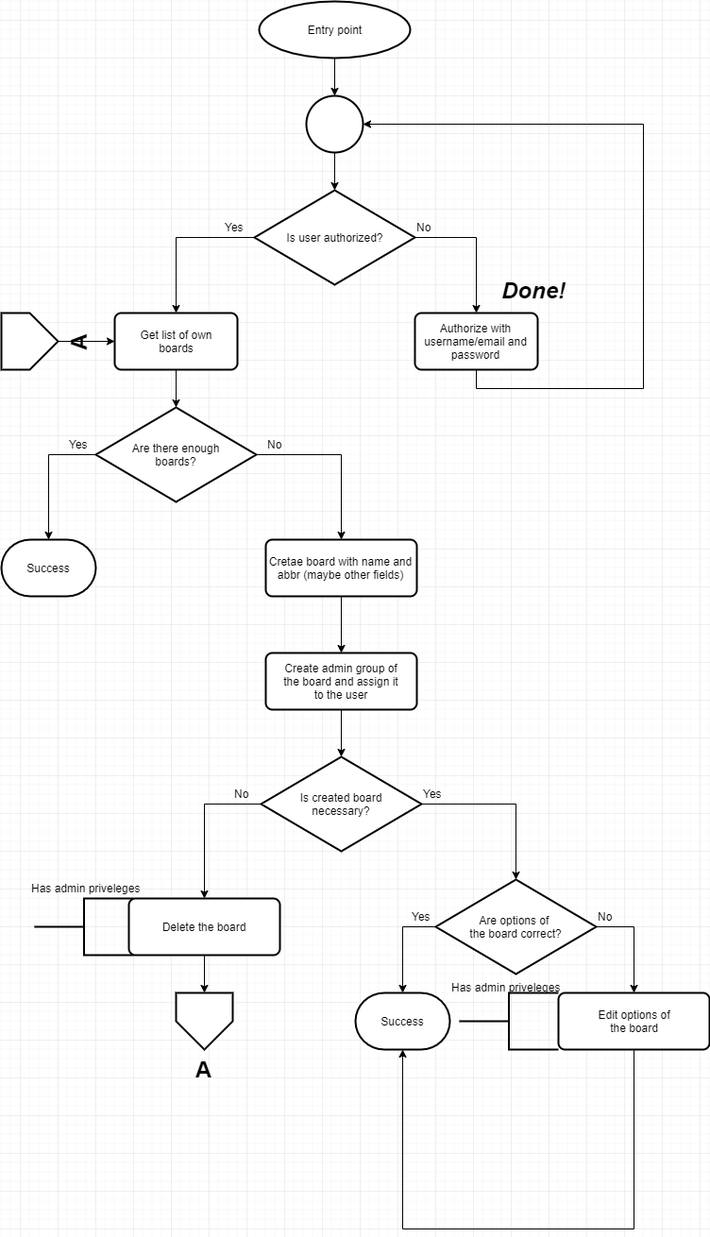
This is Imageboard-user-board-diagram.png from Lebed-kun/imageboard, a draw.io export, as it was before one commit. Source tidied: cells renumbered, new cells last; positions are measured from the earlier drawing's top-left corner, leaving out a move shared by most shapes.
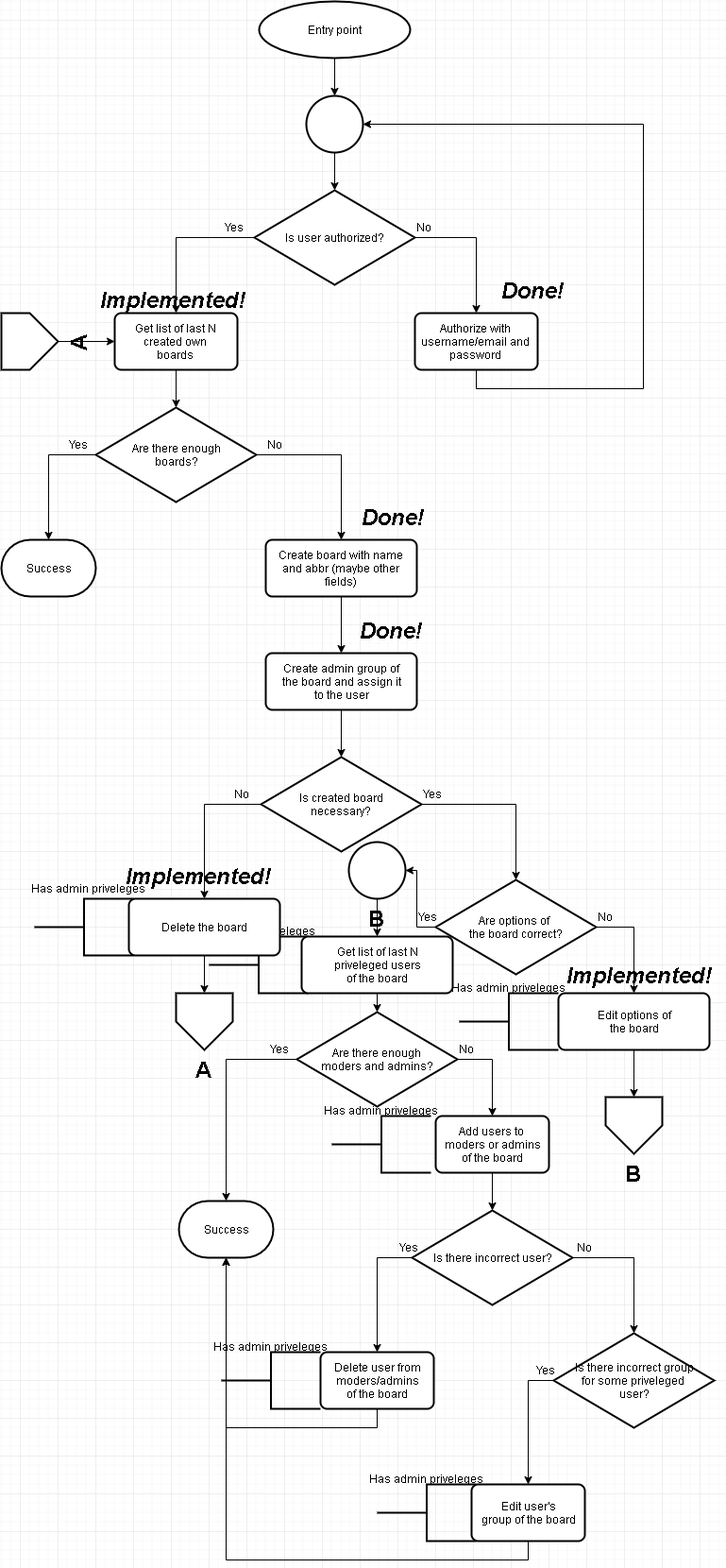
After the commit.

Commit message:
Change admin diagram

What changed in the source:
```diff
@@ -2,6 +2,12 @@
   <root>
     <mxCell id="0" />
     <mxCell id="1" parent="0" />
+    <mxCell id="48" style="strokeWidth=2;html=1;shape=mxgraph.flowchart.annotation_2;align=left;labelPosition=right;" parent="1" vertex="1">
+      <mxGeometry x="220" y="990" width="105" height="60" as="geometry" />
+    </mxCell>
+    <mxCell id="49" value="Has admin priveleges" style="text;html=1;align=left;verticalAlign=top;spacingTop=-4;" parent="1" vertex="1">
+      <mxGeometry x="210" y="975" width="130" height="10" as="geometry" />
+    </mxCell>
     <mxCell id="2" style="edgeStyle=orthogonalEdgeStyle;rounded=0;jettySize=auto;html=1;exitX=0.5;exitY=1;exitDx=0;exitDy=0;exitPerimeter=0;entryX=0.5;entryY=0;entryDx=0;entryDy=0;entryPerimeter=0;" parent="1" edge="1" source="3" target="10">
       <mxGeometry relative="1" as="geometry" />
     </mxCell>
@@ -44,7 +50,7 @@
     <mxCell id="13" style="edgeStyle=orthogonalEdgeStyle;rounded=0;jettySize=auto;html=1;exitX=0.5;exitY=1;exitDx=0;exitDy=0;entryX=0.5;entryY=0;entryDx=0;entryDy=0;entryPerimeter=0;" parent="1" edge="1" source="14" target="18">
       <mxGeometry relative="1" as="geometry" />
     </mxCell>
-    <mxCell id="14" value="Get list of own&lt;br&gt;boards" style="rounded=1;whiteSpace=wrap;html=1;absoluteArcSize=1;arcSize=14;strokeWidth=2;" parent="1" vertex="1">
+    <mxCell id="14" value="Get list of last N created own&lt;br&gt;boards" style="rounded=1;whiteSpace=wrap;html=1;absoluteArcSize=1;arcSize=14;strokeWidth=2;" parent="1" vertex="1">
       <mxGeometry x="120" y="330" width="130" height="60" as="geometry" />
     </mxCell>
     <mxCell id="15" value="Yes" style="text;html=1;align=left;verticalAlign=top;spacingTop=-4;" parent="1" vertex="1">
@@ -68,7 +74,7 @@
     <mxCell id="21" style="edgeStyle=orthogonalEdgeStyle;rounded=0;jettySize=auto;html=1;exitX=0.5;exitY=1;exitDx=0;exitDy=0;entryX=0.5;entryY=0;entryDx=0;entryDy=0;" parent="1" edge="1" source="22" target="25">
       <mxGeometry relative="1" as="geometry" />
     </mxCell>
-    <mxCell id="22" value="Cretae board with name and abbr (maybe other fields)" style="rounded=1;whiteSpace=wrap;html=1;absoluteArcSize=1;arcSize=14;strokeWidth=2;" parent="1" vertex="1">
+    <mxCell id="22" value="Create board with name and abbr (maybe other fields)" style="rounded=1;whiteSpace=wrap;html=1;absoluteArcSize=1;arcSize=14;strokeWidth=2;" parent="1" vertex="1">
       <mxGeometry x="280" y="570" width="160" height="60" as="geometry" />
     </mxCell>
     <mxCell id="23" value="No" style="text;html=1;align=left;verticalAlign=top;spacingTop=-4;" parent="1" vertex="1">
@@ -109,12 +115,12 @@
     <mxCell id="34" value="&lt;font style=&quot;font-size: 24px&quot;&gt;&lt;b&gt;A&lt;/b&gt;&lt;/font&gt;" style="verticalLabelPosition=bottom;verticalAlign=top;html=1;strokeWidth=2;shape=offPageConnector;rounded=0;size=0.5;rotation=-90;" parent="1" vertex="1">
       <mxGeometry y="330" width="60" height="60" as="geometry" />
     </mxCell>
-    <mxCell id="35" style="edgeStyle=orthogonalEdgeStyle;rounded=0;jettySize=auto;html=1;exitX=0;exitY=0.5;exitDx=0;exitDy=0;exitPerimeter=0;entryX=0.5;entryY=0;entryDx=0;entryDy=0;entryPerimeter=0;" parent="1" edge="1" source="37" target="39">
-      <mxGeometry relative="1" as="geometry" />
-    </mxCell>
     <mxCell id="36" style="edgeStyle=orthogonalEdgeStyle;rounded=0;jettySize=auto;html=1;exitX=1;exitY=0.5;exitDx=0;exitDy=0;exitPerimeter=0;entryX=0.5;entryY=0;entryDx=0;entryDy=0;" parent="1" edge="1" source="37" target="42">
       <mxGeometry relative="1" as="geometry" />
     </mxCell>
+    <mxCell id="50" style="edgeStyle=orthogonalEdgeStyle;rounded=0;jettySize=auto;html=1;exitX=0;exitY=0.5;exitDx=0;exitDy=0;exitPerimeter=0;entryX=1;entryY=0.5;entryDx=0;entryDy=0;entryPerimeter=0;" parent="1" edge="1" source="37" target="57">
+      <mxGeometry relative="1" as="geometry" />
+    </mxCell>
     <mxCell id="37" value="Are options of&amp;nbsp;&lt;br&gt;the board correct?" style="strokeWidth=2;html=1;shape=mxgraph.flowchart.decision;whiteSpace=wrap;" parent="1" vertex="1">
       <mxGeometry x="460" y="930" width="170" height="100" as="geometry" />
     </mxCell>
@@ -122,19 +128,14 @@
       <mxGeometry x="445" y="830" width="30" height="10" as="geometry" />
     </mxCell>
     <mxCell id="39" value="Success" style="strokeWidth=2;html=1;shape=mxgraph.flowchart.terminator;whiteSpace=wrap;" parent="1" vertex="1">
-      <mxGeometry x="375" y="1050" width="100" height="60" as="geometry" />
+      <mxGeometry x="188" y="1270" width="100" height="60" as="geometry" />
     </mxCell>
     <mxCell id="40" value="Yes" style="text;html=1;align=left;verticalAlign=top;spacingTop=-4;" parent="1" vertex="1">
-      <mxGeometry x="433" y="960" width="30" height="10" as="geometry" />
+      <mxGeometry x="440" y="960" width="30" height="10" as="geometry" />
     </mxCell>
-    <mxCell id="41" style="edgeStyle=orthogonalEdgeStyle;rounded=0;jettySize=auto;html=1;exitX=0.5;exitY=1;exitDx=0;exitDy=0;entryX=0.5;entryY=1;entryDx=0;entryDy=0;entryPerimeter=0;" parent="1" edge="1" source="42" target="39">
-      <mxGeometry relative="1" as="geometry">
-        <Array as="points">
-          <mxPoint x="670" y="1300" />
-          <mxPoint x="425" y="1300" />
-        </Array>
-      </mxGeometry>
-    </mxCell>
+    <mxCell id="51" style="edgeStyle=orthogonalEdgeStyle;rounded=0;jettySize=auto;html=1;exitX=0.5;exitY=1;exitDx=0;exitDy=0;entryX=0.5;entryY=0;entryDx=0;entryDy=0;" parent="1" edge="1" source="42" target="58">
+      <mxGeometry relative="1" as="geometry" />
+    </mxCell>
     <mxCell id="42" value="Edit options of&lt;br&gt;the board" style="rounded=1;whiteSpace=wrap;html=1;absoluteArcSize=1;arcSize=14;strokeWidth=2;" parent="1" vertex="1">
       <mxGeometry x="590" y="1050" width="160" height="60" as="geometry" />
     </mxCell>
@@ -153,5 +154,110 @@
     <mxCell id="47" value="Has admin priveleges" style="text;html=1;align=left;verticalAlign=top;spacingTop=-4;" parent="1" vertex="1">
       <mxGeometry x="475" y="1035" width="130" height="10" as="geometry" />
     </mxCell>
+    <mxCell id="52" value="&lt;span style=&quot;font-size: 24px&quot;&gt;&lt;b&gt;&lt;i&gt;Implemented!&lt;/i&gt;&lt;/b&gt;&lt;/span&gt;" style="text;html=1;align=left;verticalAlign=top;spacingTop=-4;" parent="1" vertex="1">
+      <mxGeometry x="103" y="300" width="170" height="20" as="geometry" />
+    </mxCell>
+    <mxCell id="53" style="edgeStyle=orthogonalEdgeStyle;rounded=0;jettySize=auto;html=1;exitX=0;exitY=0.5;exitDx=0;exitDy=0;exitPerimeter=0;entryX=0.5;entryY=0;entryDx=0;entryDy=0;entryPerimeter=0;" parent="1" edge="1" source="55" target="39">
+      <mxGeometry relative="1" as="geometry" />
+    </mxCell>
+    <mxCell id="54" style="edgeStyle=orthogonalEdgeStyle;rounded=0;jettySize=auto;html=1;exitX=1;exitY=0.5;exitDx=0;exitDy=0;exitPerimeter=0;entryX=0.5;entryY=0;entryDx=0;entryDy=0;" parent="1" edge="1" source="55" target="61">
+      <mxGeometry relative="1" as="geometry" />
+    </mxCell>
+    <mxCell id="55" value="Are there enough&lt;br&gt;moders and admins?" style="strokeWidth=2;html=1;shape=mxgraph.flowchart.decision;whiteSpace=wrap;" parent="1" vertex="1">
+      <mxGeometry x="313" y="1070" width="170" height="100" as="geometry" />
+    </mxCell>
+    <mxCell id="56" style="edgeStyle=orthogonalEdgeStyle;rounded=0;jettySize=auto;html=1;exitX=0.5;exitY=1;exitDx=0;exitDy=0;exitPerimeter=0;entryX=0.5;entryY=0;entryDx=0;entryDy=0;" parent="1" edge="1" source="57" target="76">
+      <mxGeometry relative="1" as="geometry" />
+    </mxCell>
+    <mxCell id="57" value="&lt;font style=&quot;font-size: 24px&quot;&gt;&lt;b&gt;B&lt;/b&gt;&lt;/font&gt;" style="verticalLabelPosition=bottom;verticalAlign=top;html=1;strokeWidth=2;shape=mxgraph.flowchart.on-page_reference;" parent="1" vertex="1">
+      <mxGeometry x="368" y="890" width="60" height="60" as="geometry" />
+    </mxCell>
+    <mxCell id="58" value="&lt;span style=&quot;font-size: 24px&quot;&gt;&lt;b&gt;B&lt;/b&gt;&lt;/span&gt;" style="verticalLabelPosition=bottom;verticalAlign=top;html=1;strokeWidth=2;shape=offPageConnector;rounded=0;size=0.5;" parent="1" vertex="1">
+      <mxGeometry x="640" y="1160" width="60" height="60" as="geometry" />
+    </mxCell>
+    <mxCell id="59" value="Yes" style="text;html=1;align=left;verticalAlign=top;spacingTop=-4;" parent="1" vertex="1">
+      <mxGeometry x="283" y="1100" width="40" height="20" as="geometry" />
+    </mxCell>
+    <mxCell id="60" style="edgeStyle=orthogonalEdgeStyle;rounded=0;jettySize=auto;html=1;exitX=0.5;exitY=1;exitDx=0;exitDy=0;entryX=0.5;entryY=0;entryDx=0;entryDy=0;entryPerimeter=0;" parent="1" edge="1" source="61" target="65">
+      <mxGeometry relative="1" as="geometry" />
+    </mxCell>
+    <mxCell id="61" value="Add users to&amp;nbsp;&lt;br&gt;moders or admins&lt;br&gt;of the board" style="rounded=1;whiteSpace=wrap;html=1;absoluteArcSize=1;arcSize=14;strokeWidth=2;" parent="1" vertex="1">
+      <mxGeometry x="460" y="1180" width="120" height="60" as="geometry" />
+    </mxCell>
+    <mxCell id="62" value="No" style="text;html=1;align=left;verticalAlign=top;spacingTop=-4;" parent="1" vertex="1">
+      <mxGeometry x="483" y="1100" width="30" height="20" as="geometry" />
+    </mxCell>
+    <mxCell id="63" style="edgeStyle=orthogonalEdgeStyle;rounded=0;jettySize=auto;html=1;exitX=0;exitY=0.5;exitDx=0;exitDy=0;exitPerimeter=0;entryX=0.5;entryY=0;entryDx=0;entryDy=0;" parent="1" edge="1" source="65" target="68">
+      <mxGeometry relative="1" as="geometry" />
+    </mxCell>
+    <mxCell id="64" style="edgeStyle=orthogonalEdgeStyle;rounded=0;jettySize=auto;html=1;exitX=1;exitY=0.5;exitDx=0;exitDy=0;exitPerimeter=0;entryX=0.5;entryY=0;entryDx=0;entryDy=0;entryPerimeter=0;" parent="1" edge="1" source="65" target="70">
+      <mxGeometry relative="1" as="geometry" />
+    </mxCell>
+    <mxCell id="65" value="Is there incorrect user?" style="strokeWidth=2;html=1;shape=mxgraph.flowchart.decision;whiteSpace=wrap;" parent="1" vertex="1">
+      <mxGeometry x="435" y="1280" width="170" height="100" as="geometry" />
+    </mxCell>
+    <mxCell id="66" value="Yes" style="text;html=1;align=left;verticalAlign=top;spacingTop=-4;" parent="1" vertex="1">
+      <mxGeometry x="420" y="1310" width="40" height="20" as="geometry" />
+    </mxCell>
+    <mxCell id="67" style="edgeStyle=orthogonalEdgeStyle;rounded=0;jettySize=auto;html=1;exitX=0.5;exitY=1;exitDx=0;exitDy=0;entryX=0.5;entryY=1;entryDx=0;entryDy=0;entryPerimeter=0;" parent="1" edge="1" source="68" target="39">
+      <mxGeometry relative="1" as="geometry" />
+    </mxCell>
+    <mxCell id="68" value="Delete user from&lt;br&gt;moders/admins&lt;br&gt;of the board" style="rounded=1;whiteSpace=wrap;html=1;absoluteArcSize=1;arcSize=14;strokeWidth=2;" parent="1" vertex="1">
+      <mxGeometry x="338" y="1430" width="120" height="60" as="geometry" />
+    </mxCell>
+    <mxCell id="69" style="edgeStyle=orthogonalEdgeStyle;rounded=0;jettySize=auto;html=1;exitX=0;exitY=0.5;exitDx=0;exitDy=0;exitPerimeter=0;entryX=0.5;entryY=0;entryDx=0;entryDy=0;" parent="1" edge="1" source="70" target="73">
+      <mxGeometry relative="1" as="geometry" />
+    </mxCell>
+    <mxCell id="70" value="Is there incorrect group&lt;br&gt;for some priveleged &lt;br&gt;user?" style="strokeWidth=2;html=1;shape=mxgraph.flowchart.decision;whiteSpace=wrap;" parent="1" vertex="1">
+      <mxGeometry x="585" y="1410" width="170" height="100" as="geometry" />
+    </mxCell>
+    <mxCell id="71" value="No" style="text;html=1;align=left;verticalAlign=top;spacingTop=-4;" parent="1" vertex="1">
+      <mxGeometry x="608" y="1310" width="30" height="20" as="geometry" />
+    </mxCell>
+    <mxCell id="72" style="edgeStyle=orthogonalEdgeStyle;rounded=0;jettySize=auto;html=1;exitX=0.5;exitY=1;exitDx=0;exitDy=0;entryX=0.5;entryY=1;entryDx=0;entryDy=0;entryPerimeter=0;" parent="1" edge="1" source="73" target="39">
+      <mxGeometry relative="1" as="geometry" />
+    </mxCell>
+    <mxCell id="73" value="Edit user's&lt;br&gt;group of the board" style="rounded=1;whiteSpace=wrap;html=1;absoluteArcSize=1;arcSize=14;strokeWidth=2;" parent="1" vertex="1">
+      <mxGeometry x="498" y="1570" width="120" height="60" as="geometry" />
+    </mxCell>
+    <mxCell id="74" value="Yes" style="text;html=1;align=left;verticalAlign=top;spacingTop=-4;" parent="1" vertex="1">
+      <mxGeometry x="565" y="1440" width="40" height="20" as="geometry" />
+    </mxCell>
+    <mxCell id="75" style="edgeStyle=orthogonalEdgeStyle;rounded=0;jettySize=auto;html=1;exitX=0.5;exitY=1;exitDx=0;exitDy=0;entryX=0.5;entryY=0;entryDx=0;entryDy=0;entryPerimeter=0;" parent="1" edge="1" source="76" target="55">
+      <mxGeometry relative="1" as="geometry" />
+    </mxCell>
+    <mxCell id="76" value="Get list of last N&lt;br&gt;priveleged users&lt;br&gt;of the board" style="rounded=1;whiteSpace=wrap;html=1;absoluteArcSize=1;arcSize=14;strokeWidth=2;" parent="1" vertex="1">
+      <mxGeometry x="318" y="990" width="160" height="60" as="geometry" />
+    </mxCell>
+    <mxCell id="77" value="&lt;font style=&quot;font-size: 24px&quot;&gt;&lt;b&gt;&lt;i&gt;Done!&lt;/i&gt;&lt;/b&gt;&lt;/font&gt;" style="text;html=1;align=left;verticalAlign=top;spacingTop=-4;" parent="1" vertex="1">
+      <mxGeometry x="380" y="530" width="80" height="20" as="geometry" />
+    </mxCell>
+    <mxCell id="78" value="&lt;font style=&quot;font-size: 24px&quot;&gt;&lt;b&gt;&lt;i&gt;Done!&lt;/i&gt;&lt;/b&gt;&lt;/font&gt;" style="text;html=1;align=left;verticalAlign=top;spacingTop=-4;" parent="1" vertex="1">
+      <mxGeometry x="378" y="650" width="80" height="20" as="geometry" />
+    </mxCell>
+    <mxCell id="79" value="&lt;span style=&quot;font-size: 24px&quot;&gt;&lt;b&gt;&lt;i&gt;Implemented!&lt;/i&gt;&lt;/b&gt;&lt;/span&gt;" style="text;html=1;align=left;verticalAlign=top;spacingTop=-4;" parent="1" vertex="1">
+      <mxGeometry x="130" y="910" width="170" height="20" as="geometry" />
+    </mxCell>
+    <mxCell id="80" style="strokeWidth=2;html=1;shape=mxgraph.flowchart.annotation_2;align=left;labelPosition=right;" parent="1" vertex="1">
+      <mxGeometry x="350" y="1180" width="105" height="60" as="geometry" />
+    </mxCell>
+    <mxCell id="81" value="Has admin priveleges" style="text;html=1;align=left;verticalAlign=top;spacingTop=-4;" parent="1" vertex="1">
+      <mxGeometry x="340" y="1165" width="130" height="10" as="geometry" />
+    </mxCell>
+    <mxCell id="82" style="strokeWidth=2;html=1;shape=mxgraph.flowchart.annotation_2;align=left;labelPosition=right;" parent="1" vertex="1">
+      <mxGeometry x="233" y="1430" width="105" height="60" as="geometry" />
+    </mxCell>
+    <mxCell id="83" value="Has admin priveleges" style="text;html=1;align=left;verticalAlign=top;spacingTop=-4;" parent="1" vertex="1">
+      <mxGeometry x="223" y="1415" width="130" height="10" as="geometry" />
+    </mxCell>
+    <mxCell id="84" style="strokeWidth=2;html=1;shape=mxgraph.flowchart.annotation_2;align=left;labelPosition=right;" parent="1" vertex="1">
+      <mxGeometry x="398" y="1570" width="105" height="60" as="geometry" />
+    </mxCell>
+    <mxCell id="85" value="Has admin priveleges" style="text;html=1;align=left;verticalAlign=top;spacingTop=-4;" parent="1" vertex="1">
+      <mxGeometry x="388" y="1555" width="130" height="10" as="geometry" />
+    </mxCell>
+    <mxCell id="86" value="&lt;span style=&quot;font-size: 24px&quot;&gt;&lt;b&gt;&lt;i&gt;Implemented!&lt;/i&gt;&lt;/b&gt;&lt;/span&gt;" style="text;html=1;align=left;verticalAlign=top;spacingTop=-4;" parent="1" vertex="1">
+      <mxGeometry x="597" y="1015" width="170" height="20" as="geometry" />
+    </mxCell>
   </root>
 </mxGraphModel>
```
